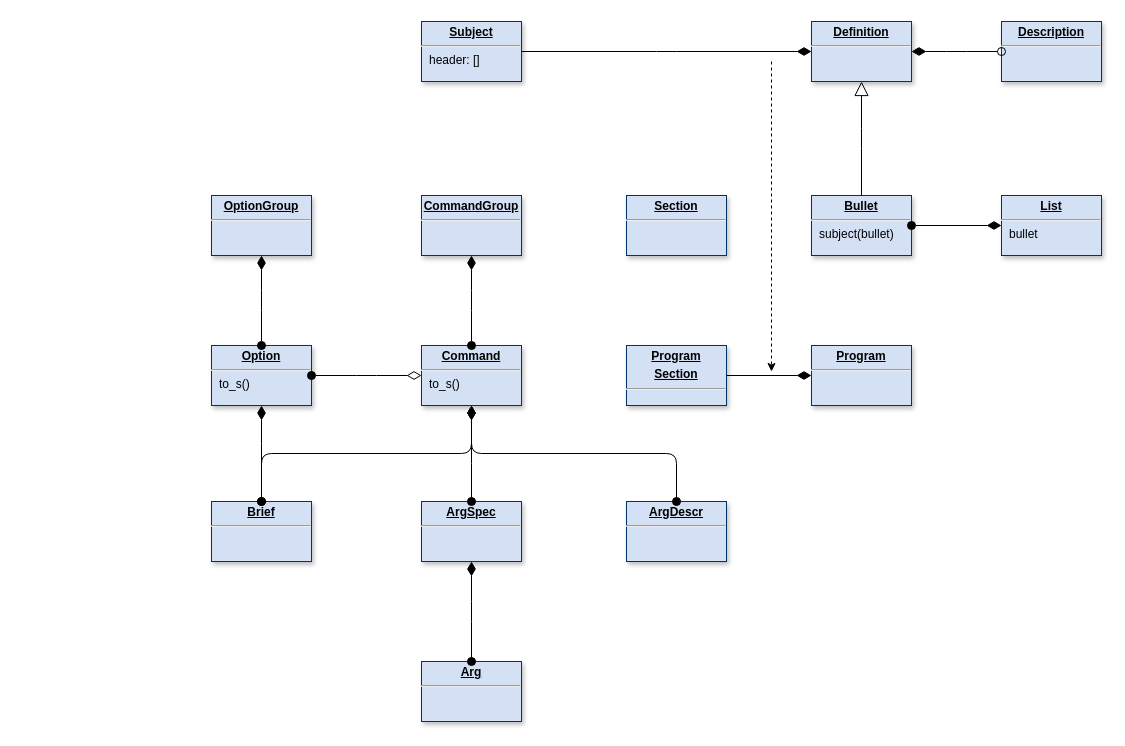
clrgit/shellopts keeps this draw.io diagram as page "Page-6" (6 of 6) of doc/diagram.drawio. Above is the earlier version. Source tidied: cells renumbered, new cells numbered last; positions are measured from the earlier drawing's top-left corner, leaving out a move shared by most shapes. Both pictures are drawn from the tidied source at 100%, with x=0, y=0 at pixel (211, 21).
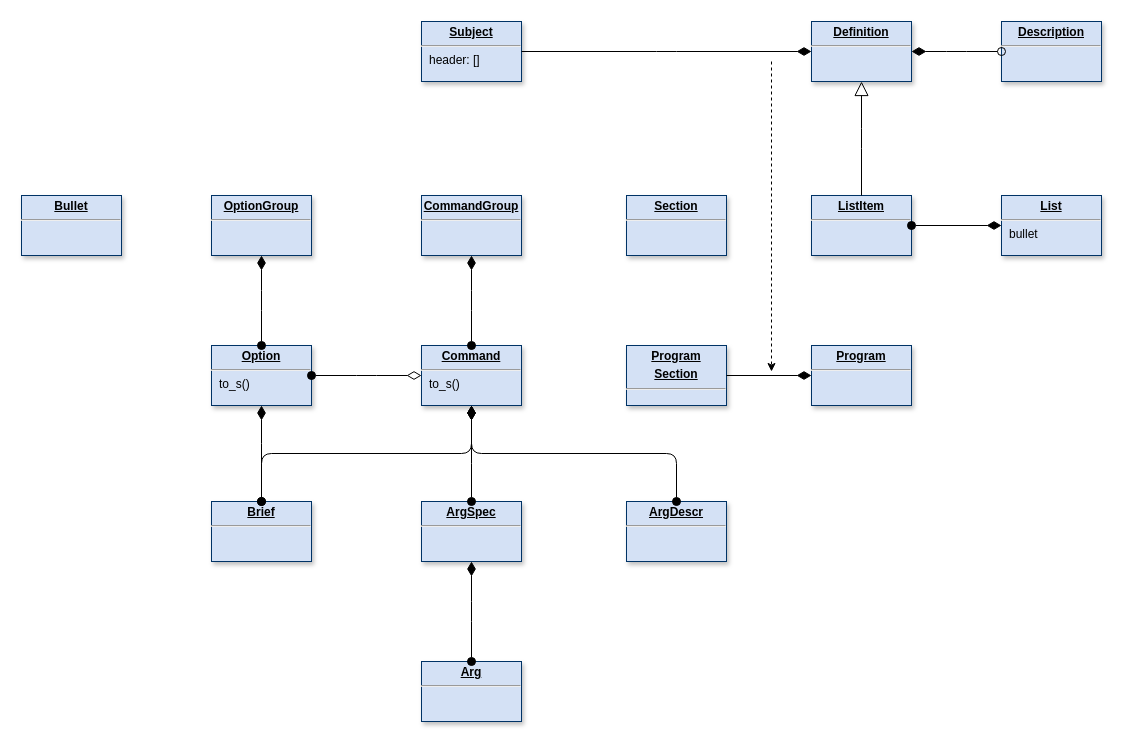
The same diagram, later.

Change to the diagram source:
```diff
@@
-    <mxCell id="29" value="&lt;p style=&quot;margin: 0px ; margin-top: 4px ; text-align: center ; text-decoration: underline&quot;&gt;&lt;b&gt;Bullet&lt;/b&gt;&lt;/p&gt;&lt;hr&gt;&lt;p style=&quot;margin: 0px ; margin-left: 8px&quot;&gt;subject(bullet)&lt;/p&gt;" style="verticalAlign=top;align=left;overflow=fill;fontSize=12;fontFamily=Helvetica;html=1;shadow=1;strokeColor=#003366;fillColor=#D4E1F5;" parent="1" vertex="1">
+    <mxCell id="29" value="&lt;p style=&quot;margin: 0px ; margin-top: 4px ; text-align: center ; text-decoration: underline&quot;&gt;&lt;b&gt;ListItem&lt;/b&gt;&lt;/p&gt;&lt;hr&gt;&lt;p style=&quot;margin: 0px ; margin-left: 8px&quot;&gt;&lt;br&gt;&lt;/p&gt;" style="verticalAlign=top;align=left;overflow=fill;fontSize=12;fontFamily=Helvetica;html=1;shadow=1;strokeColor=#003366;fillColor=#D4E1F5;" parent="1" vertex="1">
       <mxGeometry x="600" y="174" width="100" height="60" as="geometry" />
     </mxCell>
@@
+    <mxCell id="32" value="&lt;p style=&quot;margin: 0px ; margin-top: 4px ; text-align: center ; text-decoration: underline&quot;&gt;&lt;b&gt;Bullet&lt;/b&gt;&lt;/p&gt;&lt;hr&gt;&lt;p style=&quot;margin: 0px ; margin-left: 8px&quot;&gt;&lt;br&gt;&lt;/p&gt;" style="verticalAlign=top;align=left;overflow=fill;fontSize=12;fontFamily=Helvetica;html=1;shadow=1;strokeColor=#003366;fillColor=#D4E1F5;" parent="1" vertex="1">
+      <mxGeometry x="-190" y="174" width="100" height="60" as="geometry" />
+    </mxCell>
```
